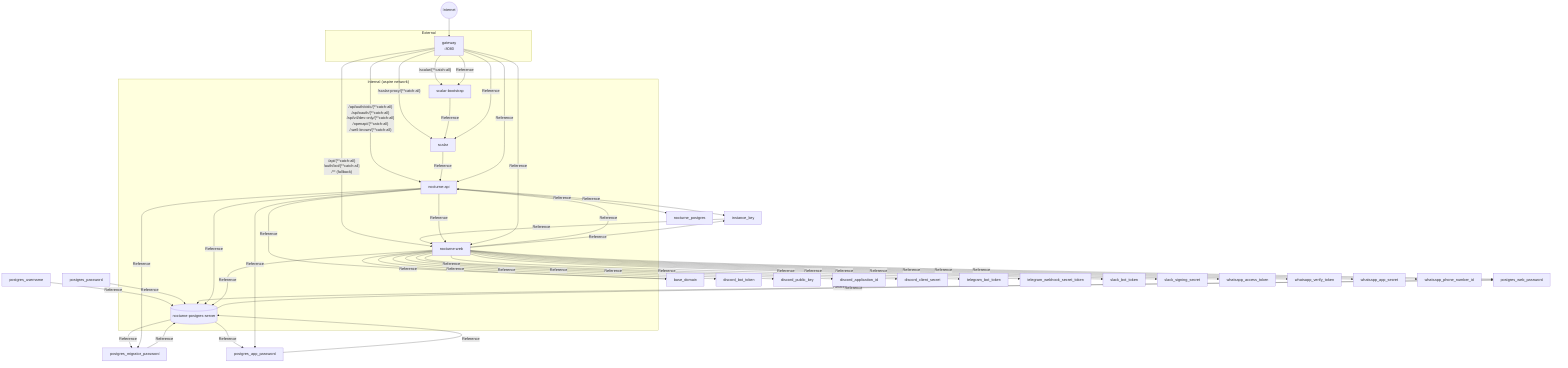
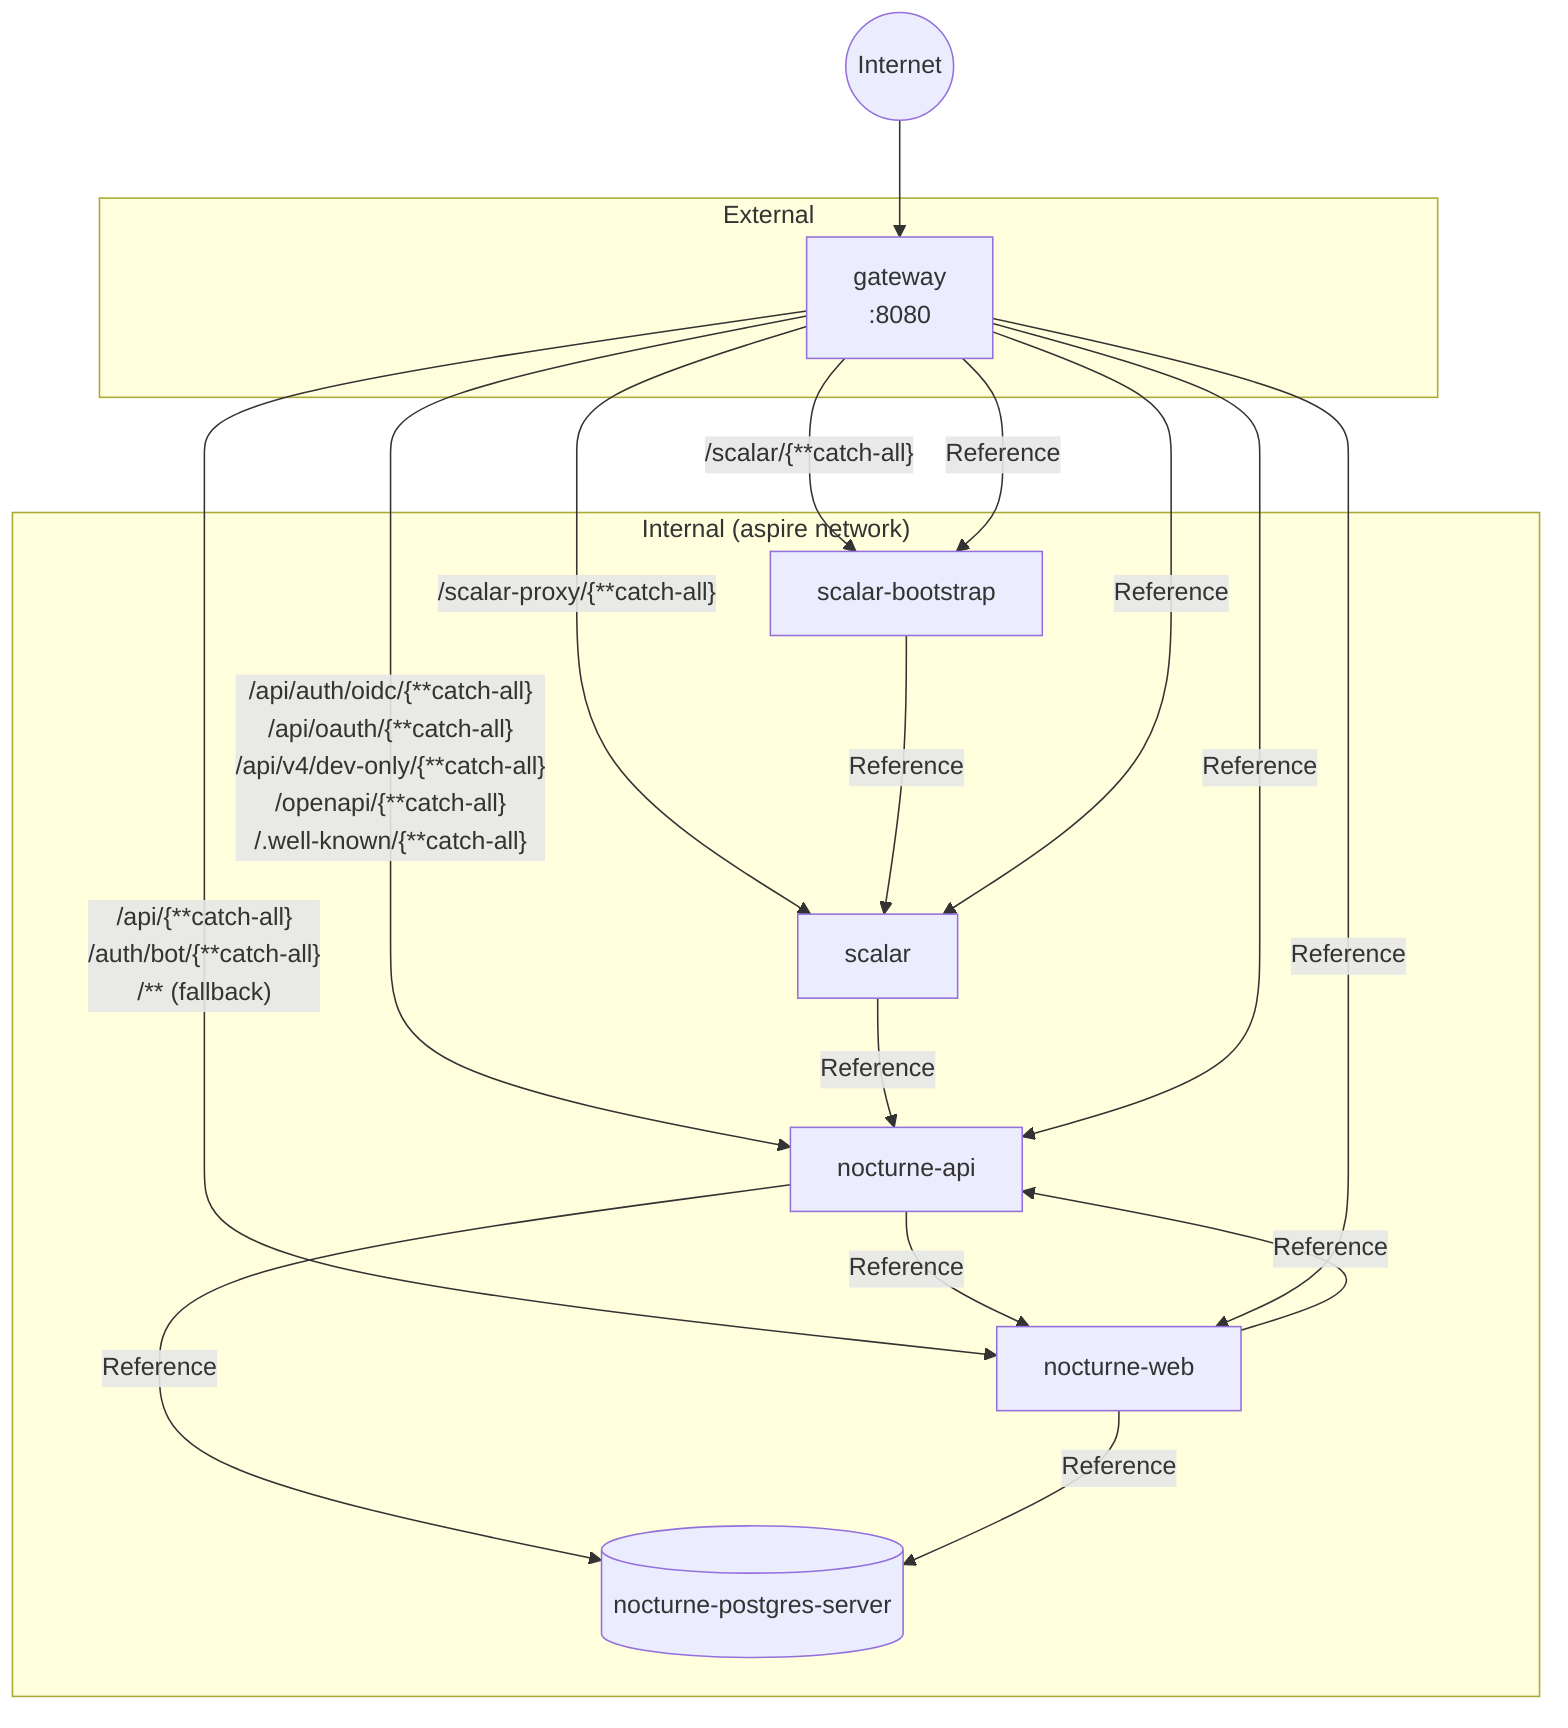
flowchart TD
    Internet((Internet))

    subgraph ext["External"]
        gateway["gateway\n:8080"]
    end

    subgraph net["Internal (aspire network)"]
        nocturne_postgres_server[("nocturne-postgres-server")]
        nocturne_api["nocturne-api"]
        nocturne_web["nocturne-web"]
        scalar["scalar"]
        scalar_bootstrap["scalar-bootstrap"]
    end

    Internet --> gateway
    gateway -->|"/api/auth/oidc/{**catch-all}\n/api/oauth/{**catch-all}\n/api/v4/dev-only/{**catch-all}\n/openapi/{**catch-all}\n/.well-known/{**catch-all}"| nocturne_api
    gateway -->|"/api/{**catch-all}\n/auth/bot/{**catch-all}\n/** (fallback)"| nocturne_web
    gateway -->|"/scalar/{**catch-all}"| scalar_bootstrap
    gateway -->|"/scalar-proxy/{**catch-all}"| scalar
-     postgres_username -->|Reference| nocturne_postgres_server
-     postgres_password -->|Reference| nocturne_postgres_server
-     postgres_migrator_password -->|Reference| nocturne_postgres_server
-     postgres_app_password -->|Reference| nocturne_postgres_server
-     postgres_web_password -->|Reference| nocturne_postgres_server
-     nocturne_postgres_server -->|Reference| postgres_migrator_password
-     nocturne_postgres_server -->|Reference| postgres_app_password
-     nocturne_postgres_server -->|Reference| postgres_web_password
-     instance_key -->|Reference| nocturne_web
-     nocturne_api -->|Reference| instance_key
-     nocturne_api -->|Reference| nocturne_postgres
    nocturne_api -->|Reference| nocturne_postgres_server
-     nocturne_api -->|Reference| postgres_app_password
-     nocturne_api -->|Reference| postgres_migrator_password
    nocturne_api -->|Reference| nocturne_web
-     nocturne_api -->|Reference| base_domain
    nocturne_web -->|Reference| nocturne_api
-     nocturne_web -->|Reference| instance_key
-     nocturne_web -->|Reference| discord_bot_token
-     nocturne_web -->|Reference| discord_public_key
-     nocturne_web -->|Reference| discord_application_id
-     nocturne_web -->|Reference| discord_client_secret
-     nocturne_web -->|Reference| base_domain
-     nocturne_web -->|Reference| telegram_bot_token
-     nocturne_web -->|Reference| telegram_webhook_secret_token
-     nocturne_web -->|Reference| slack_bot_token
-     nocturne_web -->|Reference| slack_signing_secret
-     nocturne_web -->|Reference| whatsapp_access_token
-     nocturne_web -->|Reference| whatsapp_verify_token
-     nocturne_web -->|Reference| whatsapp_app_secret
-     nocturne_web -->|Reference| whatsapp_phone_number_id
-     nocturne_web -->|Reference| postgres_web_password
    nocturne_web -->|Reference| nocturne_postgres_server
    scalar -->|Reference| nocturne_api
    scalar_bootstrap -->|Reference| scalar
    gateway -->|Reference| nocturne_api
    gateway -->|Reference| nocturne_web
    gateway -->|Reference| scalar_bootstrap
    gateway -->|Reference| scalar